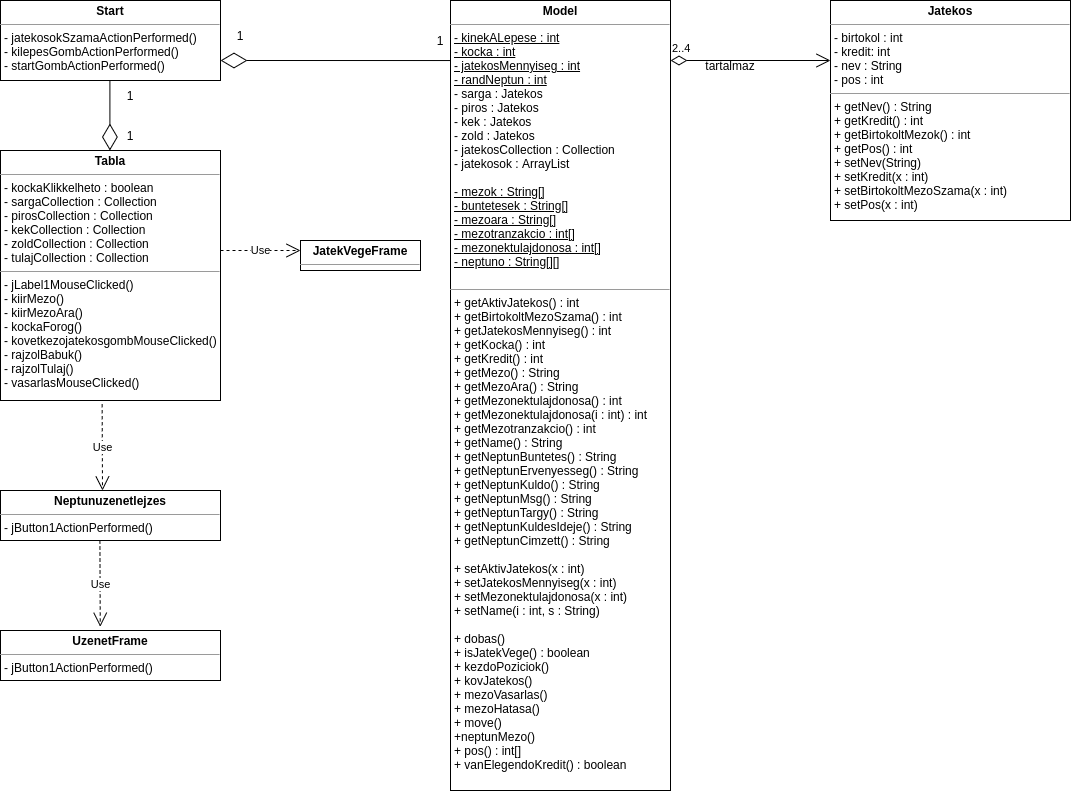
Above: doc/monopoly.drawio.png in Hegylakok/monopoly (draw.io), before the change. Source tidied: cells renumbered, new cells last; positions are measured from the earlier drawing's top-left corner, leaving out a move shared by most shapes.
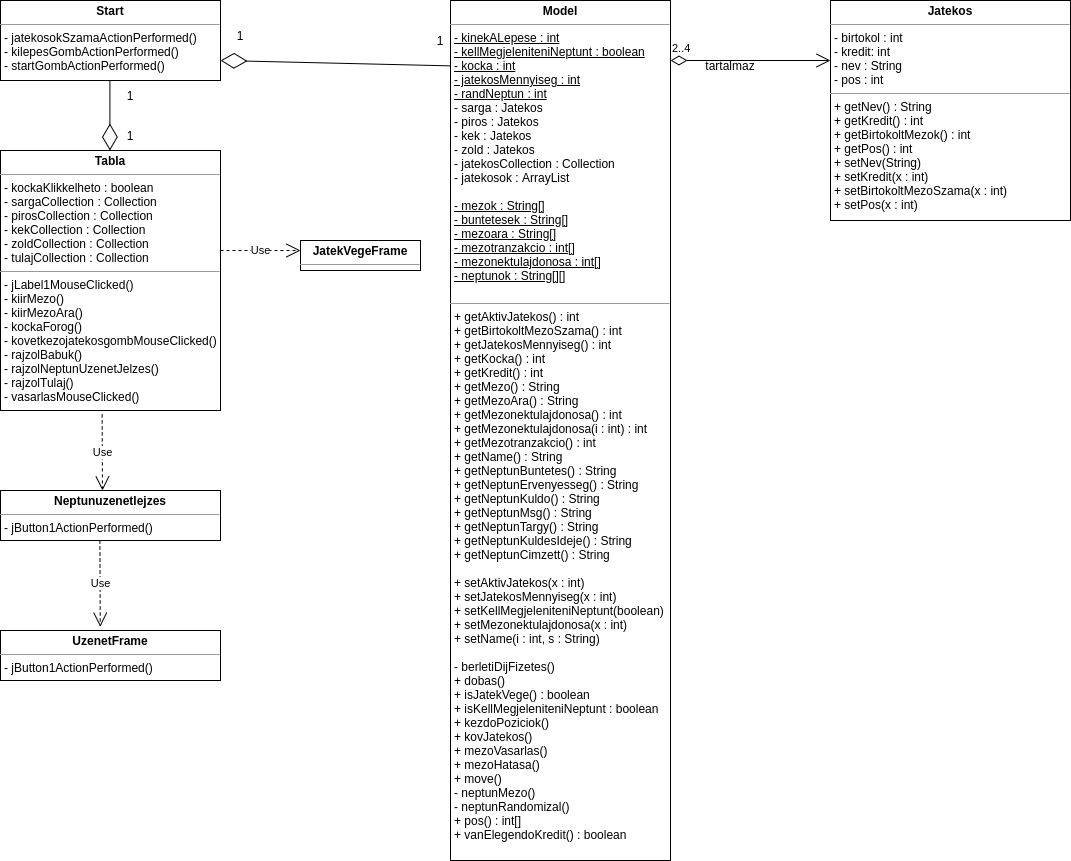
The same diagram one commit later.

Change to the diagram source:
```diff
@@ -2,8 +2,8 @@
   <root>
     <mxCell id="0" />
     <mxCell id="1" parent="0" />
-    <mxCell id="2" value="&lt;p style=&quot;margin: 0px ; margin-top: 4px ; text-align: center&quot;&gt;&lt;b&gt;Model&lt;/b&gt;&lt;/p&gt;&lt;hr size=&quot;1&quot;&gt;&lt;p style=&quot;margin: 0px ; margin-left: 4px&quot;&gt;&lt;u&gt;- kinekALepese : int&lt;/u&gt;&lt;/p&gt;&lt;p style=&quot;margin: 0px ; margin-left: 4px&quot;&gt;&lt;u&gt;- kocka : int&lt;/u&gt;&lt;/p&gt;&lt;p style=&quot;margin: 0px ; margin-left: 4px&quot;&gt;&lt;u&gt;- jatekosMennyiseg : int&lt;/u&gt;&lt;/p&gt;&lt;p style=&quot;margin: 0px ; margin-left: 4px&quot;&gt;&lt;u&gt;- randNeptun : int&lt;/u&gt;&lt;/p&gt;&lt;p style=&quot;margin: 0px ; margin-left: 4px&quot;&gt;- sarga : Jatekos&lt;/p&gt;&lt;p style=&quot;margin: 0px ; margin-left: 4px&quot;&gt;- piros : Jatekos&lt;/p&gt;&lt;p style=&quot;margin: 0px ; margin-left: 4px&quot;&gt;- kek : Jatekos&lt;/p&gt;&lt;p style=&quot;margin: 0px ; margin-left: 4px&quot;&gt;- zold : Jatekos&lt;/p&gt;&lt;p style=&quot;margin: 0px ; margin-left: 4px&quot;&gt;- jatekosCollection : Collection&lt;/p&gt;&lt;p style=&quot;margin: 0px ; margin-left: 4px&quot;&gt;- jatekosok : ArrayList&lt;/p&gt;&lt;p style=&quot;margin: 0px ; margin-left: 4px&quot;&gt;&lt;br&gt;&lt;/p&gt;&lt;p style=&quot;margin: 0px ; margin-left: 4px&quot;&gt;&lt;u&gt;- mezok : String[]&lt;/u&gt;&lt;/p&gt;&lt;p style=&quot;margin: 0px ; margin-left: 4px&quot;&gt;&lt;u&gt;- buntetesek : String[]&lt;/u&gt;&lt;/p&gt;&lt;p style=&quot;margin: 0px ; margin-left: 4px&quot;&gt;&lt;u&gt;- mezoara : String[]&lt;/u&gt;&lt;/p&gt;&lt;p style=&quot;margin: 0px ; margin-left: 4px&quot;&gt;&lt;u&gt;- mezotranzakcio : int[]&lt;/u&gt;&lt;/p&gt;&lt;p style=&quot;margin: 0px ; margin-left: 4px&quot;&gt;&lt;u&gt;- mezonektulajdonosa : int[]&lt;/u&gt;&lt;/p&gt;&lt;p style=&quot;margin: 0px ; margin-left: 4px&quot;&gt;&lt;u&gt;- neptuno : String[][]&lt;/u&gt;&lt;/p&gt;&lt;p style=&quot;margin: 0px ; margin-left: 4px&quot;&gt;&lt;u&gt;&lt;br&gt;&lt;/u&gt;&lt;/p&gt;&lt;hr size=&quot;1&quot;&gt;&lt;p style=&quot;margin: 0px ; margin-left: 4px&quot;&gt;+ getAktivJatekos() : int&lt;/p&gt;&lt;p style=&quot;margin: 0px ; margin-left: 4px&quot;&gt;+ getBirtokoltMezoSzama() : int&lt;/p&gt;&lt;p style=&quot;margin: 0px ; margin-left: 4px&quot;&gt;+ getJatekosMennyiseg() : int&lt;/p&gt;&lt;p style=&quot;margin: 0px ; margin-left: 4px&quot;&gt;+ getKocka() : int&lt;/p&gt;&lt;p style=&quot;margin: 0px ; margin-left: 4px&quot;&gt;+ getKredit() : int&lt;/p&gt;&lt;p style=&quot;margin: 0px ; margin-left: 4px&quot;&gt;+ getMezo() : String&lt;/p&gt;&lt;p style=&quot;margin: 0px ; margin-left: 4px&quot;&gt;+ getMezoAra() : String&lt;/p&gt;&lt;p style=&quot;margin: 0px ; margin-left: 4px&quot;&gt;+ getMezonektulajdonosa() : int&lt;/p&gt;&lt;p style=&quot;margin: 0px ; margin-left: 4px&quot;&gt;+ getMezonektulajdonosa(i : int) : int&lt;/p&gt;&lt;p style=&quot;margin: 0px ; margin-left: 4px&quot;&gt;+ getMezotranzakcio() : int&lt;/p&gt;&lt;p style=&quot;margin: 0px ; margin-left: 4px&quot;&gt;+ getName() : String&lt;/p&gt;&lt;p style=&quot;margin: 0px ; margin-left: 4px&quot;&gt;+ getNeptunBuntetes() : String&lt;/p&gt;&lt;p style=&quot;margin: 0px ; margin-left: 4px&quot;&gt;+ getNeptunErvenyesseg() : String&lt;/p&gt;&lt;p style=&quot;margin: 0px ; margin-left: 4px&quot;&gt;+ getNeptunKuldo() : String&lt;/p&gt;&lt;p style=&quot;margin: 0px ; margin-left: 4px&quot;&gt;+ getNeptunMsg() : String&lt;/p&gt;&lt;p style=&quot;margin: 0px ; margin-left: 4px&quot;&gt;+ getNeptunTargy() : String&lt;/p&gt;&lt;p style=&quot;margin: 0px ; margin-left: 4px&quot;&gt;+ getNeptunKuldesIdeje() : String&lt;/p&gt;&lt;p style=&quot;margin: 0px ; margin-left: 4px&quot;&gt;+ getNeptunCimzett() : String&lt;/p&gt;&lt;p style=&quot;margin: 0px ; margin-left: 4px&quot;&gt;&lt;br&gt;&lt;/p&gt;&lt;p style=&quot;margin: 0px ; margin-left: 4px&quot;&gt;+ setAktivJatekos(x : int)&lt;/p&gt;&lt;p style=&quot;margin: 0px ; margin-left: 4px&quot;&gt;+ setJatekosMennyiseg(x : int)&lt;/p&gt;&lt;p style=&quot;margin: 0px ; margin-left: 4px&quot;&gt;+ setMezonektulajdonosa(x : int)&lt;/p&gt;&lt;p style=&quot;margin: 0px ; margin-left: 4px&quot;&gt;+ setName(i : int, s : String)&lt;/p&gt;&lt;p style=&quot;margin: 0px ; margin-left: 4px&quot;&gt;&lt;br&gt;&lt;/p&gt;&lt;p style=&quot;margin: 0px ; margin-left: 4px&quot;&gt;+ dobas()&lt;/p&gt;&lt;p style=&quot;margin: 0px ; margin-left: 4px&quot;&gt;+ isJatekVege() : boolean&lt;/p&gt;&lt;p style=&quot;margin: 0px ; margin-left: 4px&quot;&gt;&lt;span&gt;+ kezdoPoziciok()&lt;/span&gt;&lt;br&gt;&lt;/p&gt;&lt;p style=&quot;margin: 0px ; margin-left: 4px&quot;&gt;&lt;span&gt;+ kovJatekos()&lt;/span&gt;&lt;/p&gt;&lt;p style=&quot;margin: 0px ; margin-left: 4px&quot;&gt;&lt;span&gt;+ mezoVasarlas()&lt;/span&gt;&lt;/p&gt;&lt;p style=&quot;margin: 0px ; margin-left: 4px&quot;&gt;&lt;span&gt;+ mezoHatasa()&lt;/span&gt;&lt;/p&gt;&lt;p style=&quot;margin: 0px ; margin-left: 4px&quot;&gt;&lt;span&gt;+ move()&lt;/span&gt;&lt;/p&gt;&lt;p style=&quot;margin: 0px ; margin-left: 4px&quot;&gt;&lt;span&gt;+neptunMezo()&lt;/span&gt;&lt;/p&gt;&lt;p style=&quot;margin: 0px ; margin-left: 4px&quot;&gt;+ pos() : int[]&lt;/p&gt;&lt;p style=&quot;margin: 0px ; margin-left: 4px&quot;&gt;+ vanElegendoKredit() : boolean&lt;/p&gt;" style="verticalAlign=top;align=left;overflow=fill;fontSize=12;fontFamily=Helvetica;html=1;" parent="1" vertex="1">
-      <mxGeometry x="450" width="220" height="790" as="geometry" />
+    <mxCell id="2" value="&lt;p style=&quot;margin: 0px ; margin-top: 4px ; text-align: center&quot;&gt;&lt;b&gt;Model&lt;/b&gt;&lt;/p&gt;&lt;hr size=&quot;1&quot;&gt;&lt;p style=&quot;margin: 0px ; margin-left: 4px&quot;&gt;&lt;u&gt;- kinekALepese : int&lt;/u&gt;&lt;/p&gt;&lt;p style=&quot;margin: 0px ; margin-left: 4px&quot;&gt;&lt;u&gt;- kellMegjeleniteniNeptunt : boolean&lt;/u&gt;&lt;u&gt;&lt;br&gt;&lt;/u&gt;&lt;/p&gt;&lt;p style=&quot;margin: 0px ; margin-left: 4px&quot;&gt;&lt;u&gt;- kocka : int&lt;/u&gt;&lt;/p&gt;&lt;p style=&quot;margin: 0px ; margin-left: 4px&quot;&gt;&lt;u&gt;- jatekosMennyiseg : int&lt;/u&gt;&lt;/p&gt;&lt;p style=&quot;margin: 0px ; margin-left: 4px&quot;&gt;&lt;u&gt;- randNeptun : int&lt;/u&gt;&lt;/p&gt;&lt;p style=&quot;margin: 0px ; margin-left: 4px&quot;&gt;- sarga : Jatekos&lt;/p&gt;&lt;p style=&quot;margin: 0px ; margin-left: 4px&quot;&gt;- piros : Jatekos&lt;/p&gt;&lt;p style=&quot;margin: 0px ; margin-left: 4px&quot;&gt;- kek : Jatekos&lt;/p&gt;&lt;p style=&quot;margin: 0px ; margin-left: 4px&quot;&gt;- zold : Jatekos&lt;/p&gt;&lt;p style=&quot;margin: 0px ; margin-left: 4px&quot;&gt;- jatekosCollection : Collection&lt;/p&gt;&lt;p style=&quot;margin: 0px ; margin-left: 4px&quot;&gt;- jatekosok : ArrayList&lt;/p&gt;&lt;p style=&quot;margin: 0px ; margin-left: 4px&quot;&gt;&lt;br&gt;&lt;/p&gt;&lt;p style=&quot;margin: 0px ; margin-left: 4px&quot;&gt;&lt;u&gt;- mezok : String[]&lt;/u&gt;&lt;/p&gt;&lt;p style=&quot;margin: 0px ; margin-left: 4px&quot;&gt;&lt;u&gt;- buntetesek : String[]&lt;/u&gt;&lt;/p&gt;&lt;p style=&quot;margin: 0px ; margin-left: 4px&quot;&gt;&lt;u&gt;- mezoara : String[]&lt;/u&gt;&lt;/p&gt;&lt;p style=&quot;margin: 0px ; margin-left: 4px&quot;&gt;&lt;u&gt;- mezotranzakcio : int[]&lt;/u&gt;&lt;/p&gt;&lt;p style=&quot;margin: 0px ; margin-left: 4px&quot;&gt;&lt;u&gt;- mezonektulajdonosa : int[]&lt;/u&gt;&lt;/p&gt;&lt;p style=&quot;margin: 0px ; margin-left: 4px&quot;&gt;&lt;u&gt;- neptunok : String[][]&lt;/u&gt;&lt;/p&gt;&lt;p style=&quot;margin: 0px ; margin-left: 4px&quot;&gt;&lt;u&gt;&lt;br&gt;&lt;/u&gt;&lt;/p&gt;&lt;hr size=&quot;1&quot;&gt;&lt;p style=&quot;margin: 0px ; margin-left: 4px&quot;&gt;+ getAktivJatekos() : int&lt;/p&gt;&lt;p style=&quot;margin: 0px ; margin-left: 4px&quot;&gt;+ getBirtokoltMezoSzama() : int&lt;/p&gt;&lt;p style=&quot;margin: 0px ; margin-left: 4px&quot;&gt;+ getJatekosMennyiseg() : int&lt;/p&gt;&lt;p style=&quot;margin: 0px ; margin-left: 4px&quot;&gt;&lt;span&gt;+ getKocka() : int&lt;/span&gt;&lt;br&gt;&lt;/p&gt;&lt;p style=&quot;margin: 0px ; margin-left: 4px&quot;&gt;+ getKredit() : int&lt;/p&gt;&lt;p style=&quot;margin: 0px ; margin-left: 4px&quot;&gt;+ getMezo() : String&lt;/p&gt;&lt;p style=&quot;margin: 0px ; margin-left: 4px&quot;&gt;+ getMezoAra() : String&lt;/p&gt;&lt;p style=&quot;margin: 0px ; margin-left: 4px&quot;&gt;+ getMezonektulajdonosa() : int&lt;/p&gt;&lt;p style=&quot;margin: 0px ; margin-left: 4px&quot;&gt;+ getMezonektulajdonosa(i : int) : int&lt;/p&gt;&lt;p style=&quot;margin: 0px ; margin-left: 4px&quot;&gt;+ getMezotranzakcio() : int&lt;/p&gt;&lt;p style=&quot;margin: 0px ; margin-left: 4px&quot;&gt;+ getName() : String&lt;/p&gt;&lt;p style=&quot;margin: 0px ; margin-left: 4px&quot;&gt;+ getNeptunBuntetes() : String&lt;/p&gt;&lt;p style=&quot;margin: 0px ; margin-left: 4px&quot;&gt;+ getNeptunErvenyesseg() : String&lt;/p&gt;&lt;p style=&quot;margin: 0px ; margin-left: 4px&quot;&gt;+ getNeptunKuldo() : String&lt;/p&gt;&lt;p style=&quot;margin: 0px ; margin-left: 4px&quot;&gt;+ getNeptunMsg() : String&lt;/p&gt;&lt;p style=&quot;margin: 0px ; margin-left: 4px&quot;&gt;+ getNeptunTargy() : String&lt;/p&gt;&lt;p style=&quot;margin: 0px ; margin-left: 4px&quot;&gt;+ getNeptunKuldesIdeje() : String&lt;/p&gt;&lt;p style=&quot;margin: 0px ; margin-left: 4px&quot;&gt;+ getNeptunCimzett() : String&lt;/p&gt;&lt;p style=&quot;margin: 0px ; margin-left: 4px&quot;&gt;&lt;br&gt;&lt;/p&gt;&lt;p style=&quot;margin: 0px ; margin-left: 4px&quot;&gt;+ setAktivJatekos(x : int)&lt;/p&gt;&lt;p style=&quot;margin: 0px ; margin-left: 4px&quot;&gt;+ setJatekosMennyiseg(x : int)&lt;/p&gt;&lt;p style=&quot;margin: 0px ; margin-left: 4px&quot;&gt;+ setKellMegjeleniteniNeptunt(boolean)&lt;/p&gt;&lt;p style=&quot;margin: 0px ; margin-left: 4px&quot;&gt;+ setMezonektulajdonosa(x : int)&lt;/p&gt;&lt;p style=&quot;margin: 0px ; margin-left: 4px&quot;&gt;+ setName(i : int, s : String)&lt;/p&gt;&lt;p style=&quot;margin: 0px ; margin-left: 4px&quot;&gt;&lt;br&gt;&lt;/p&gt;&lt;p style=&quot;margin: 0px ; margin-left: 4px&quot;&gt;- berletiDijFizetes()&lt;/p&gt;&lt;p style=&quot;margin: 0px ; margin-left: 4px&quot;&gt;+ dobas()&lt;/p&gt;&lt;p style=&quot;margin: 0px ; margin-left: 4px&quot;&gt;+ isJatekVege() : boolean&lt;/p&gt;&lt;p style=&quot;margin: 0px ; margin-left: 4px&quot;&gt;+ isKellMegjeleniteniNeptunt : boolean&lt;/p&gt;&lt;p style=&quot;margin: 0px ; margin-left: 4px&quot;&gt;&lt;span&gt;+ kezdoPoziciok()&lt;/span&gt;&lt;br&gt;&lt;/p&gt;&lt;p style=&quot;margin: 0px ; margin-left: 4px&quot;&gt;&lt;span&gt;+ kovJatekos()&lt;/span&gt;&lt;/p&gt;&lt;p style=&quot;margin: 0px ; margin-left: 4px&quot;&gt;&lt;span&gt;+ mezoVasarlas()&lt;/span&gt;&lt;/p&gt;&lt;p style=&quot;margin: 0px ; margin-left: 4px&quot;&gt;&lt;span&gt;+ mezoHatasa()&lt;/span&gt;&lt;/p&gt;&lt;p style=&quot;margin: 0px ; margin-left: 4px&quot;&gt;&lt;span&gt;+ move()&lt;/span&gt;&lt;/p&gt;&lt;p style=&quot;margin: 0px ; margin-left: 4px&quot;&gt;&lt;span&gt;- neptunMezo()&lt;/span&gt;&lt;/p&gt;&lt;p style=&quot;margin: 0px ; margin-left: 4px&quot;&gt;&lt;span&gt;- neptunRandomizal()&lt;/span&gt;&lt;/p&gt;&lt;p style=&quot;margin: 0px ; margin-left: 4px&quot;&gt;+ pos() : int[]&lt;/p&gt;&lt;p style=&quot;margin: 0px ; margin-left: 4px&quot;&gt;+ vanElegendoKredit() : boolean&lt;/p&gt;" style="verticalAlign=top;align=left;overflow=fill;fontSize=12;fontFamily=Helvetica;html=1;" parent="1" vertex="1">
+      <mxGeometry x="450" width="220" height="860" as="geometry" />
     </mxCell>
     <mxCell id="3" value="&lt;p style=&quot;margin: 0px ; margin-top: 4px ; text-align: center&quot;&gt;&lt;b&gt;Start&lt;/b&gt;&lt;/p&gt;&lt;hr size=&quot;1&quot;&gt;&lt;p style=&quot;margin: 0px ; margin-left: 4px&quot;&gt;&lt;/p&gt;&lt;p style=&quot;margin: 0px 0px 0px 4px&quot;&gt;&lt;span&gt;- jatekosokSzamaActionPerformed()&lt;/span&gt;&lt;br&gt;&lt;/p&gt;&lt;p style=&quot;margin: 0px ; margin-left: 4px&quot;&gt;&lt;span&gt;- kilepesGombActionPerformed()&lt;/span&gt;&lt;br&gt;&lt;/p&gt;&lt;p style=&quot;margin: 0px 0px 0px 4px&quot;&gt;- startGombActionPerformed()&lt;/p&gt;&lt;div&gt;&lt;br&gt;&lt;/div&gt;" style="verticalAlign=top;align=left;overflow=fill;fontSize=12;fontFamily=Helvetica;html=1;" parent="1" vertex="1">
       <mxGeometry width="220" height="80" as="geometry" />
@@ -11,8 +11,8 @@
     <mxCell id="4" value="&lt;p style=&quot;margin: 0px ; margin-top: 4px ; text-align: center&quot;&gt;&lt;b&gt;Jatekos&lt;/b&gt;&lt;/p&gt;&lt;hr size=&quot;1&quot;&gt;&lt;p style=&quot;margin: 0px 0px 0px 4px&quot;&gt;- birtokol : int&lt;/p&gt;&lt;p style=&quot;margin: 0px ; margin-left: 4px&quot;&gt;- kredit: int&lt;/p&gt;&lt;p style=&quot;margin: 0px ; margin-left: 4px&quot;&gt;&lt;span&gt;- nev : String&lt;/span&gt;&lt;br&gt;&lt;/p&gt;&lt;p style=&quot;margin: 0px ; margin-left: 4px&quot;&gt;- pos : int&lt;/p&gt;&lt;hr size=&quot;1&quot;&gt;&lt;p style=&quot;margin: 0px 0px 0px 4px&quot;&gt;&lt;span&gt;+ getNev() : String&lt;/span&gt;&lt;br&gt;&lt;/p&gt;&lt;p style=&quot;margin: 0px ; margin-left: 4px&quot;&gt;+ getKredit() : int&lt;/p&gt;&lt;p style=&quot;margin: 0px ; margin-left: 4px&quot;&gt;+ getBirtokoltMezok() : int&lt;/p&gt;&lt;p style=&quot;margin: 0px ; margin-left: 4px&quot;&gt;+ getPos() : int&lt;/p&gt;&lt;p style=&quot;margin: 0px ; margin-left: 4px&quot;&gt;&lt;span&gt;+ setNev(String)&lt;/span&gt;&lt;br&gt;&lt;/p&gt;&lt;p style=&quot;margin: 0px ; margin-left: 4px&quot;&gt;&lt;span&gt;+ setKredit(x : int)&lt;/span&gt;&lt;/p&gt;&lt;p style=&quot;margin: 0px ; margin-left: 4px&quot;&gt;&lt;span&gt;+ setBirtokoltMezoSzama(x : int)&lt;/span&gt;&lt;/p&gt;&lt;p style=&quot;margin: 0px ; margin-left: 4px&quot;&gt;&lt;span&gt;+ setPos(x : int)&lt;/span&gt;&lt;br&gt;&lt;/p&gt;" style="verticalAlign=top;align=left;overflow=fill;fontSize=12;fontFamily=Helvetica;html=1;" parent="1" vertex="1">
       <mxGeometry x="830" width="240" height="220" as="geometry" />
     </mxCell>
-    <mxCell id="5" value="&lt;p style=&quot;margin: 0px ; margin-top: 4px ; text-align: center&quot;&gt;&lt;b&gt;Tabla&lt;/b&gt;&lt;/p&gt;&lt;hr size=&quot;1&quot;&gt;&lt;p style=&quot;margin: 0px ; margin-left: 4px&quot;&gt;&lt;span&gt;- kockaKlikkelheto : boolean&lt;/span&gt;&lt;br&gt;&lt;/p&gt;&lt;p style=&quot;margin: 0px ; margin-left: 4px&quot;&gt;- sargaCollection : Collection&lt;/p&gt;&lt;p style=&quot;margin: 0px ; margin-left: 4px&quot;&gt;- pirosCollection : Collection&lt;/p&gt;&lt;p style=&quot;margin: 0px ; margin-left: 4px&quot;&gt;- kekCollection : Collection&lt;/p&gt;&lt;p style=&quot;margin: 0px ; margin-left: 4px&quot;&gt;- zoldCollection : Collection&lt;/p&gt;&lt;p style=&quot;margin: 0px ; margin-left: 4px&quot;&gt;- tulajCollection : Collection&lt;/p&gt;&lt;hr size=&quot;1&quot;&gt;&lt;p style=&quot;margin: 0px ; margin-left: 4px&quot;&gt;&lt;span&gt;- jLabel1MouseClicked()&lt;/span&gt;&lt;br&gt;&lt;/p&gt;&lt;p style=&quot;margin: 0px ; margin-left: 4px&quot;&gt;&lt;span&gt;- kiirMezo()&lt;/span&gt;&lt;br&gt;&lt;/p&gt;&lt;p style=&quot;margin: 0px ; margin-left: 4px&quot;&gt;&lt;span&gt;- kiirMezoAra()&lt;/span&gt;&lt;br&gt;&lt;/p&gt;&lt;p style=&quot;margin: 0px ; margin-left: 4px&quot;&gt;&lt;span&gt;- kockaForog()&lt;/span&gt;&lt;br&gt;&lt;/p&gt;&lt;p style=&quot;margin: 0px ; margin-left: 4px&quot;&gt;&lt;span&gt;- kovetkezojatekosgombMouseClicked()&lt;/span&gt;&lt;br&gt;&lt;/p&gt;&lt;p style=&quot;margin: 0px 0px 0px 4px&quot;&gt;- rajzolBabuk()&lt;/p&gt;&lt;p style=&quot;margin: 0px 0px 0px 4px&quot;&gt;- rajzolTulaj()&lt;/p&gt;&lt;p style=&quot;margin: 0px 0px 0px 4px&quot;&gt;&lt;span&gt;- vasarlasMouseClicked()&lt;/span&gt;&lt;/p&gt;&lt;p style=&quot;margin: 0px ; margin-left: 4px&quot;&gt;&lt;br&gt;&lt;/p&gt;" style="verticalAlign=top;align=left;overflow=fill;fontSize=12;fontFamily=Helvetica;html=1;" parent="1" vertex="1">
-      <mxGeometry y="150" width="220" height="250" as="geometry" />
+    <mxCell id="5" value="&lt;p style=&quot;margin: 0px ; margin-top: 4px ; text-align: center&quot;&gt;&lt;b&gt;Tabla&lt;/b&gt;&lt;/p&gt;&lt;hr size=&quot;1&quot;&gt;&lt;p style=&quot;margin: 0px ; margin-left: 4px&quot;&gt;&lt;span&gt;- kockaKlikkelheto : boolean&lt;/span&gt;&lt;br&gt;&lt;/p&gt;&lt;p style=&quot;margin: 0px ; margin-left: 4px&quot;&gt;- sargaCollection : Collection&lt;/p&gt;&lt;p style=&quot;margin: 0px ; margin-left: 4px&quot;&gt;- pirosCollection : Collection&lt;/p&gt;&lt;p style=&quot;margin: 0px ; margin-left: 4px&quot;&gt;- kekCollection : Collection&lt;/p&gt;&lt;p style=&quot;margin: 0px ; margin-left: 4px&quot;&gt;- zoldCollection : Collection&lt;/p&gt;&lt;p style=&quot;margin: 0px ; margin-left: 4px&quot;&gt;- tulajCollection : Collection&lt;/p&gt;&lt;hr size=&quot;1&quot;&gt;&lt;p style=&quot;margin: 0px ; margin-left: 4px&quot;&gt;&lt;span&gt;- jLabel1MouseClicked()&lt;/span&gt;&lt;br&gt;&lt;/p&gt;&lt;p style=&quot;margin: 0px ; margin-left: 4px&quot;&gt;&lt;span&gt;- kiirMezo()&lt;/span&gt;&lt;br&gt;&lt;/p&gt;&lt;p style=&quot;margin: 0px ; margin-left: 4px&quot;&gt;&lt;span&gt;- kiirMezoAra()&lt;/span&gt;&lt;br&gt;&lt;/p&gt;&lt;p style=&quot;margin: 0px ; margin-left: 4px&quot;&gt;&lt;span&gt;- kockaForog()&lt;/span&gt;&lt;br&gt;&lt;/p&gt;&lt;p style=&quot;margin: 0px ; margin-left: 4px&quot;&gt;&lt;span&gt;- kovetkezojatekosgombMouseClicked()&lt;/span&gt;&lt;br&gt;&lt;/p&gt;&lt;p style=&quot;margin: 0px 0px 0px 4px&quot;&gt;- rajzolBabuk()&lt;/p&gt;&lt;p style=&quot;margin: 0px 0px 0px 4px&quot;&gt;- rajzolNeptunUzenetJelzes()&lt;/p&gt;&lt;p style=&quot;margin: 0px 0px 0px 4px&quot;&gt;- rajzolTulaj()&lt;/p&gt;&lt;p style=&quot;margin: 0px 0px 0px 4px&quot;&gt;&lt;span&gt;- vasarlasMouseClicked()&lt;/span&gt;&lt;/p&gt;&lt;p style=&quot;margin: 0px ; margin-left: 4px&quot;&gt;&lt;br&gt;&lt;/p&gt;" style="verticalAlign=top;align=left;overflow=fill;fontSize=12;fontFamily=Helvetica;html=1;" parent="1" vertex="1">
+      <mxGeometry y="150" width="220" height="260" as="geometry" />
     </mxCell>
     <mxCell id="6" value="&lt;p style=&quot;margin: 0px ; margin-top: 4px ; text-align: center&quot;&gt;&lt;b&gt;UzenetFrame&lt;/b&gt;&lt;/p&gt;&lt;hr size=&quot;1&quot;&gt;&lt;p style=&quot;margin: 0px ; margin-left: 4px&quot;&gt;&lt;/p&gt;&lt;p style=&quot;margin: 0px ; margin-left: 4px&quot;&gt;&lt;span class=&quot;pl-en&quot;&gt;- jButton1ActionPerformed()&lt;/span&gt;&lt;br&gt;&lt;/p&gt;" style="verticalAlign=top;align=left;overflow=fill;fontSize=12;fontFamily=Helvetica;html=1;" parent="1" vertex="1">
       <mxGeometry y="630" width="220" height="50" as="geometry" />
```
